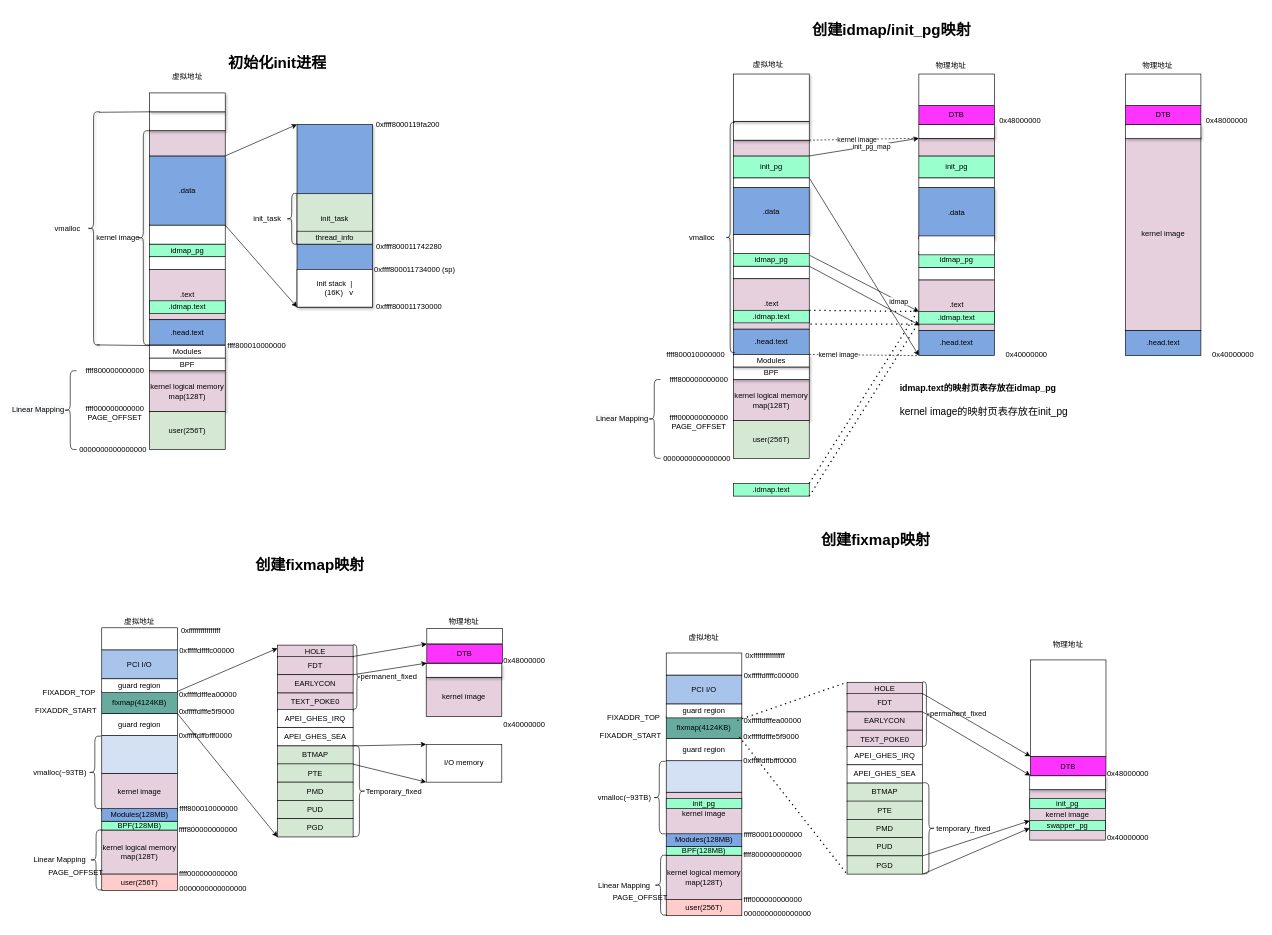
Before: kernel_start.drawio in jasonactions/graph, a draw.io diagram. Source tidied: cells renumbered, new cells numbered last; positions are measured from the earlier drawing's top-left corner, leaving out a move shared by most shapes. Both pictures are drawn from the tidied source at 63%, with x=0, y=0 at pixel (11, 17).
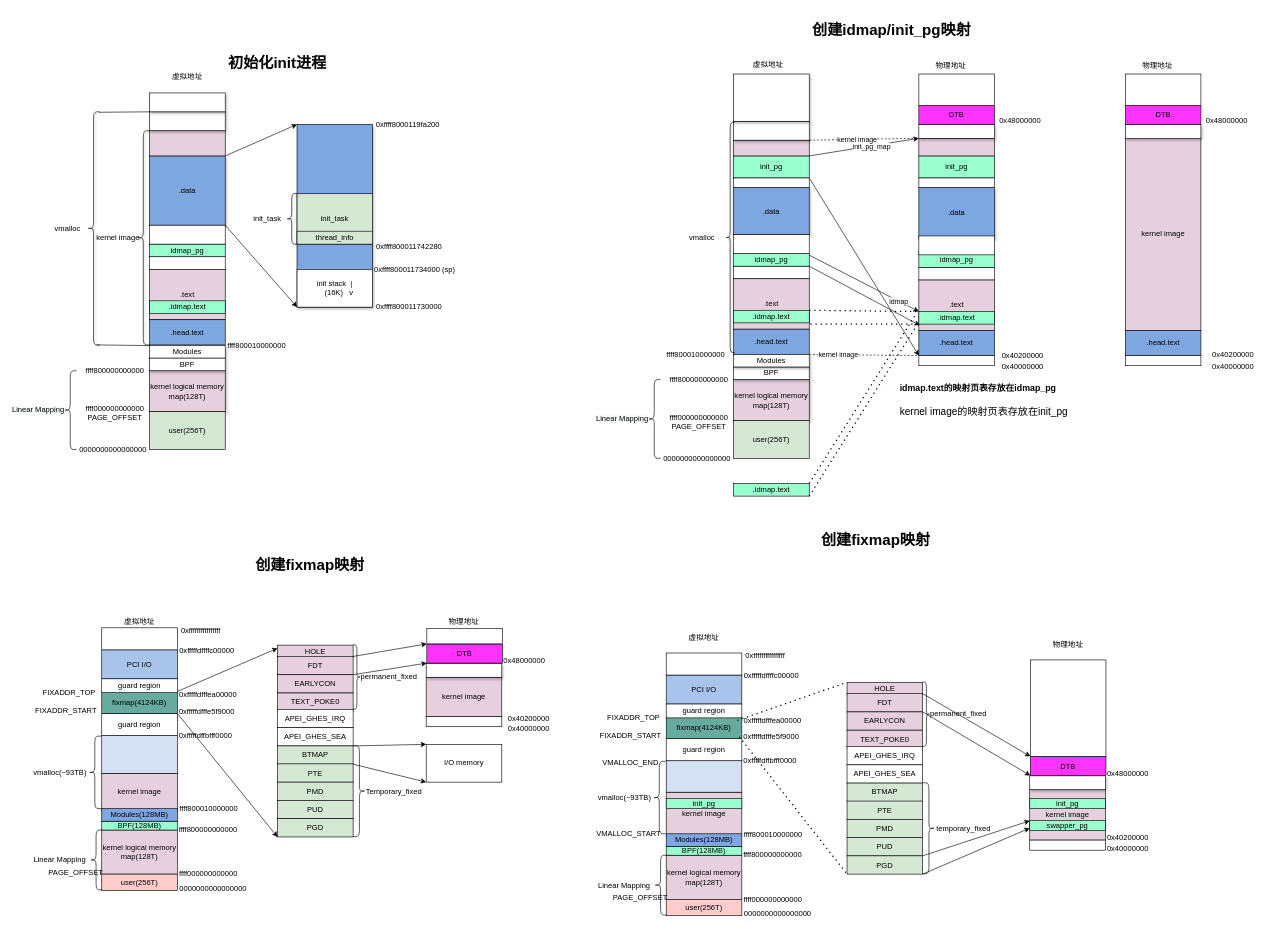
Above is the later version.

Diff of the diagram source:
```diff
@@
     <mxCell id="74" value="0x40000000" style="text;html=1;strokeColor=none;fillColor=none;align=center;verticalAlign=middle;whiteSpace=wrap;rounded=0;" parent="1" vertex="1">
-      <mxGeometry x="1567" y="525" width="90" height="20" as="geometry" />
+      <mxGeometry x="1561" y="545" width="90" height="20" as="geometry" />
     </mxCell>
@@
     <mxCell id="82" value="0x40000000" style="text;html=1;strokeColor=none;fillColor=none;align=center;verticalAlign=middle;whiteSpace=wrap;rounded=0;" parent="1" vertex="1">
-      <mxGeometry x="1894.7" y="525" width="90" height="20" as="geometry" />
+      <mxGeometry x="1894.7" y="545" width="90" height="20" as="geometry" />
     </mxCell>
@@
     <mxCell id="141" value="0x40000000" style="text;html=1;strokeColor=none;fillColor=none;align=center;verticalAlign=middle;whiteSpace=wrap;rounded=0;" parent="1" vertex="1">
-      <mxGeometry x="770" y="1113" width="90" height="20" as="geometry" />
+      <mxGeometry x="777" y="1120" width="90" height="20" as="geometry" />
     </mxCell>
@@
-    <mxCell id="218" value="0x40000000" style="text;html=1;strokeColor=none;fillColor=none;align=center;verticalAlign=middle;whiteSpace=wrap;rounded=0;" parent="1" vertex="1">
+    <mxCell id="218" value="0x40200000" style="text;html=1;strokeColor=none;fillColor=none;align=center;verticalAlign=middle;whiteSpace=wrap;rounded=0;" parent="1" vertex="1">
       <mxGeometry x="1728" y="1291.5" width="90" height="20" as="geometry" />
     </mxCell>
@@
+    <mxCell id="232" style="rounded=0;whiteSpace=wrap;html=1;" parent="1" vertex="1">
+      <mxGeometry x="1441" y="537" width="120" height="16" as="geometry" />
+    </mxCell>
+    <mxCell id="233" value="0x40200000" style="text;html=1;strokeColor=none;fillColor=none;align=center;verticalAlign=middle;whiteSpace=wrap;rounded=0;" parent="1" vertex="1">
+      <mxGeometry x="1561" y="528" width="90" height="20" as="geometry" />
+    </mxCell>
+    <mxCell id="234" style="rounded=0;whiteSpace=wrap;html=1;" parent="1" vertex="1">
+      <mxGeometry x="1768.7" y="537" width="120" height="16" as="geometry" />
+    </mxCell>
+    <mxCell id="235" value="0x40200000" style="text;html=1;strokeColor=none;fillColor=none;align=center;verticalAlign=middle;whiteSpace=wrap;rounded=0;" parent="1" vertex="1">
+      <mxGeometry x="1894.7" y="525" width="90" height="20" as="geometry" />
+    </mxCell>
+    <mxCell id="236" style="rounded=0;whiteSpace=wrap;html=1;" parent="1" vertex="1">
+      <mxGeometry x="1617" y="1306" width="120" height="16" as="geometry" />
+    </mxCell>
+    <mxCell id="237" value="0x40000000" style="text;html=1;strokeColor=none;fillColor=none;align=center;verticalAlign=middle;whiteSpace=wrap;rounded=0;" parent="1" vertex="1">
+      <mxGeometry x="1728" y="1310" width="90" height="20" as="geometry" />
+    </mxCell>
+    <mxCell id="238" style="rounded=0;whiteSpace=wrap;html=1;" parent="1" vertex="1">
+      <mxGeometry x="659" y="1110" width="120" height="16" as="geometry" />
+    </mxCell>
+    <mxCell id="239" value="0x40200000" style="text;html=1;strokeColor=none;fillColor=none;align=center;verticalAlign=middle;whiteSpace=wrap;rounded=0;" parent="1" vertex="1">
+      <mxGeometry x="777" y="1102.5" width="90" height="20" as="geometry" />
+    </mxCell>
+    <mxCell id="240" value="&lt;div style=&quot;text-align: left ; line-height: 1.75&quot;&gt;&lt;font style=&quot;font-size: 12px&quot;&gt;VMALLOC_START&lt;/font&gt;&lt;/div&gt;" style="text;html=1;strokeColor=none;fillColor=none;align=center;verticalAlign=middle;whiteSpace=wrap;rounded=0;shadow=0;" parent="1" vertex="1">
+      <mxGeometry x="924" y="1286" width="113" height="20" as="geometry" />
+    </mxCell>
+    <mxCell id="241" value="&lt;div style=&quot;text-align: left ; line-height: 1.75&quot;&gt;&lt;font style=&quot;font-size: 12px&quot;&gt;VMALLOC_END&lt;/font&gt;&lt;/div&gt;" style="text;html=1;strokeColor=none;fillColor=none;align=center;verticalAlign=middle;whiteSpace=wrap;rounded=0;shadow=0;" parent="1" vertex="1">
+      <mxGeometry x="927" y="1173" width="113" height="20" as="geometry" />
+    </mxCell>
```
